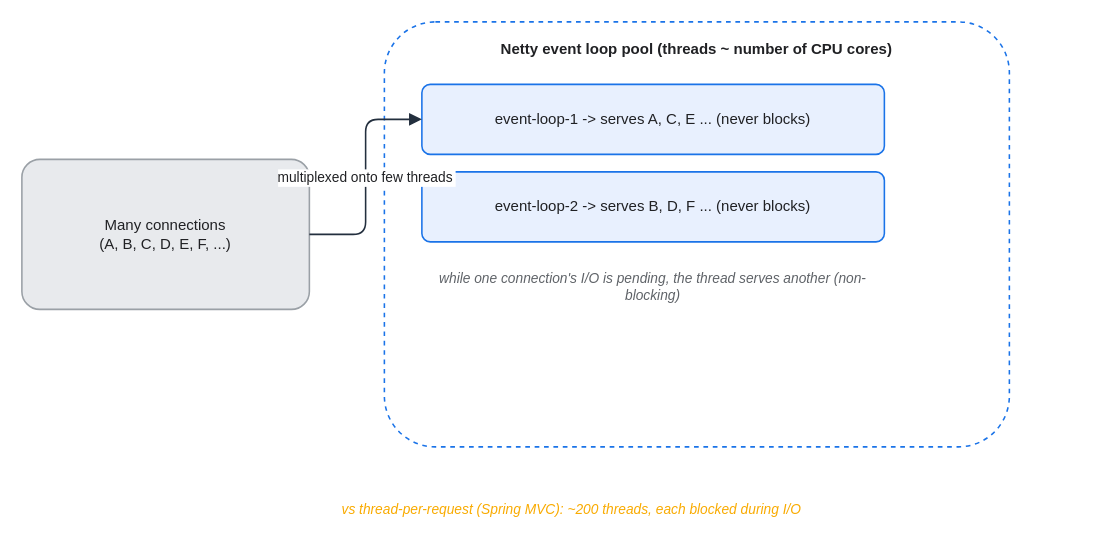
Earlier version of the draw.io diagram assets/img/spring/spring-11-webflux-event-loop.drawio (KKamJi98/kkamji98.github.io). Source tidied: cells renumbered, new cells numbered last; positions are measured from the earlier drawing's top-left corner, leaving out a move shared by most shapes. Both pictures are drawn from the tidied source at 125%, with x=0, y=0 at pixel (21, 21).
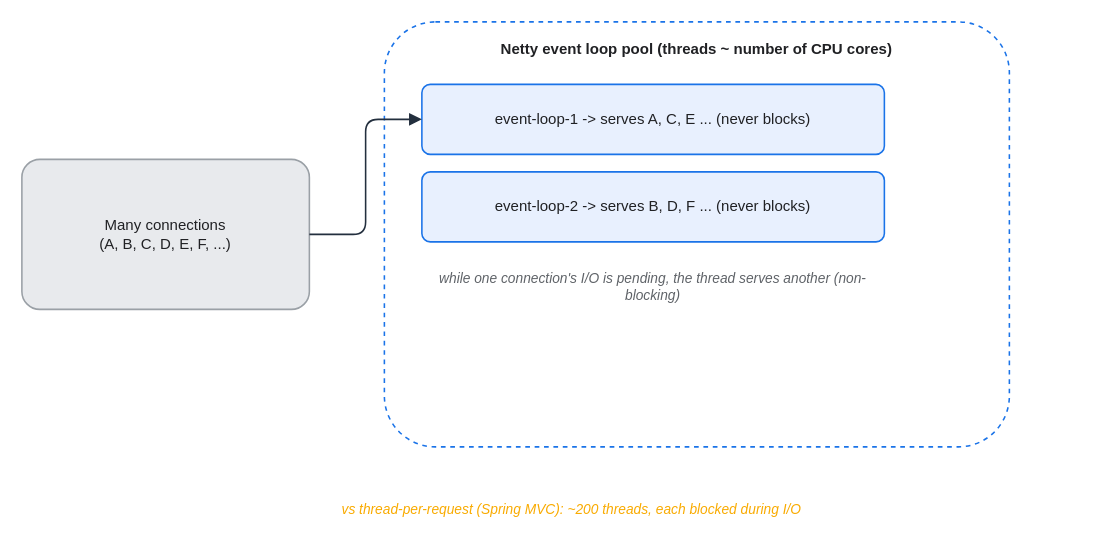
The same diagram, later.

Diff of the diagram source:
```diff
@@
 <mxGraphModel background="#FFFFFF">
   <root>
     <mxCell id="0" />
     <mxCell id="1" parent="0" />
     <mxCell id="2" value="Many connections&#10;(A, B, C, D, E, F, ...)" style="rounded=1;whiteSpace=wrap;html=0;arcSize=12;shadow=0;fillColor=#E8EAED;strokeColor=#9AA0A6;fontColor=#202124;strokeWidth=1.25;" parent="1" vertex="1">
       <mxGeometry y="110" width="230" height="120" as="geometry" />
     </mxCell>
     <mxCell id="3" value="Netty event loop pool (threads ~ number of CPU cores)" style="rounded=1;whiteSpace=wrap;html=0;arcSize=12;shadow=0;fillColor=#FFFFFF;strokeColor=#1A73E8;fontColor=#202124;fontStyle=1;verticalAlign=top;align=center;dashed=1;spacingTop=8;strokeWidth=1.25;" parent="1" vertex="1">
       <mxGeometry x="290" width="500" height="340" as="geometry" />
     </mxCell>
     <mxCell id="4" value="event-loop-1  -&gt;  serves A, C, E ...  (never blocks)" style="rounded=1;whiteSpace=wrap;html=0;arcSize=12;shadow=0;fillColor=#E8F0FE;strokeColor=#1A73E8;fontColor=#202124;strokeWidth=1.25;" parent="1" vertex="1">
       <mxGeometry x="320" y="50" width="370" height="56" as="geometry" />
     </mxCell>
     <mxCell id="5" value="event-loop-2  -&gt;  serves B, D, F ...  (never blocks)" style="rounded=1;whiteSpace=wrap;html=0;arcSize=12;shadow=0;fillColor=#E8F0FE;strokeColor=#1A73E8;fontColor=#202124;strokeWidth=1.25;" parent="1" vertex="1">
       <mxGeometry x="320" y="120" width="370" height="56" as="geometry" />
     </mxCell>
     <mxCell id="6" value="while one connection's I/O is pending, the thread serves another (non-blocking)" style="text;html=0;align=center;verticalAlign=middle;whiteSpace=wrap;fontSize=11;fontColor=#5F6368;fontStyle=2;" parent="1" vertex="1">
       <mxGeometry x="320" y="192" width="370" height="40" as="geometry" />
     </mxCell>
     <mxCell id="7" value="vs thread-per-request (Spring MVC): ~200 threads, each blocked during I/O" style="text;html=0;align=center;verticalAlign=middle;whiteSpace=wrap;fontSize=11;fontColor=#F9AB00;fontStyle=2;" parent="1" vertex="1">
       <mxGeometry x="20" y="372" width="840" height="35" as="geometry" />
     </mxCell>
-    <mxCell id="8" value="multiplexed onto few threads" style="edgeStyle=orthogonalEdgeStyle;rounded=1;html=0;fontColor=#202124;strokeColor=#232F3E;labelBackgroundColor=#FFFFFF;endArrow=block;exitX=1;exitY=0.5;exitDx=0;exitDy=0;entryX=0;entryY=0.5;entryDx=0;entryDy=0;strokeWidth=1.25;endSize=7;" parent="1" edge="1" source="2" target="4">
+    <mxCell id="8" style="edgeStyle=orthogonalEdgeStyle;rounded=1;html=0;fontColor=#202124;strokeColor=#232F3E;labelBackgroundColor=none;endArrow=block;exitX=1;exitY=0.5;exitDx=0;exitDy=0;entryX=0;entryY=0.5;entryDx=0;entryDy=0;strokeWidth=1.25;endSize=7;" parent="1" edge="1" source="2" target="4">
       <mxGeometry relative="1" as="geometry" />
     </mxCell>
   </root>
 </mxGraphModel>
```
